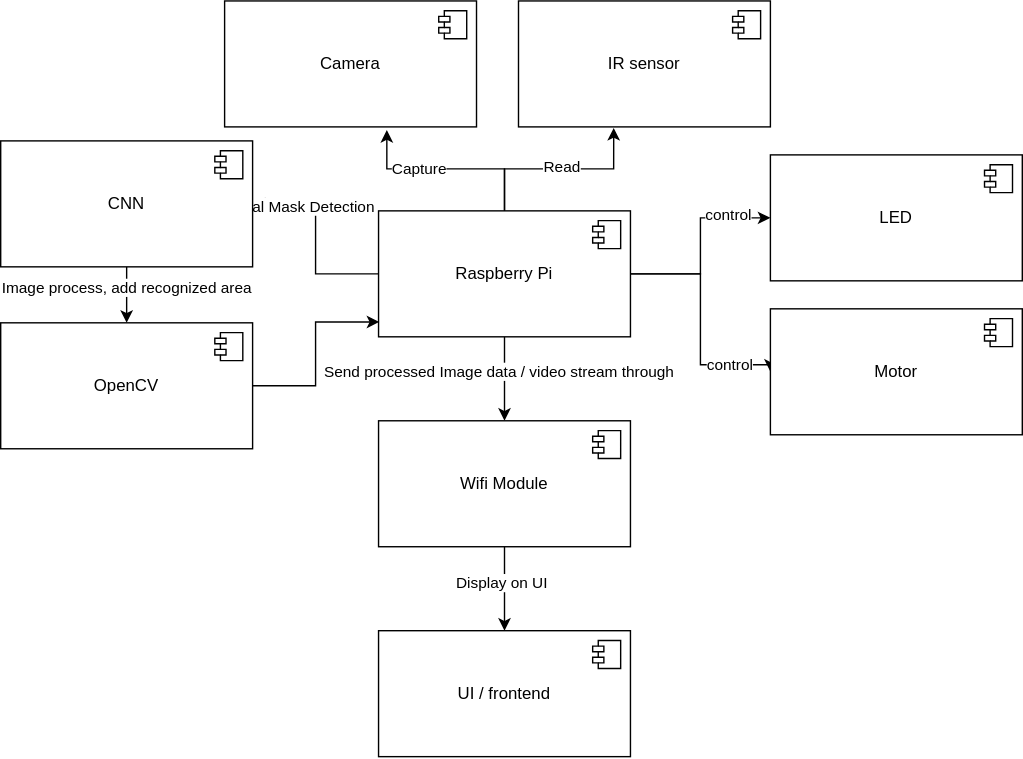
Above: docs/diagrams/Components.drawio.svg in ArcueidShiki/SmartEntrySystem (draw.io), before the change. Source tidied: cells renumbered, new cells last; positions are measured from the earlier drawing's top-left corner, leaving out a move shared by most shapes.
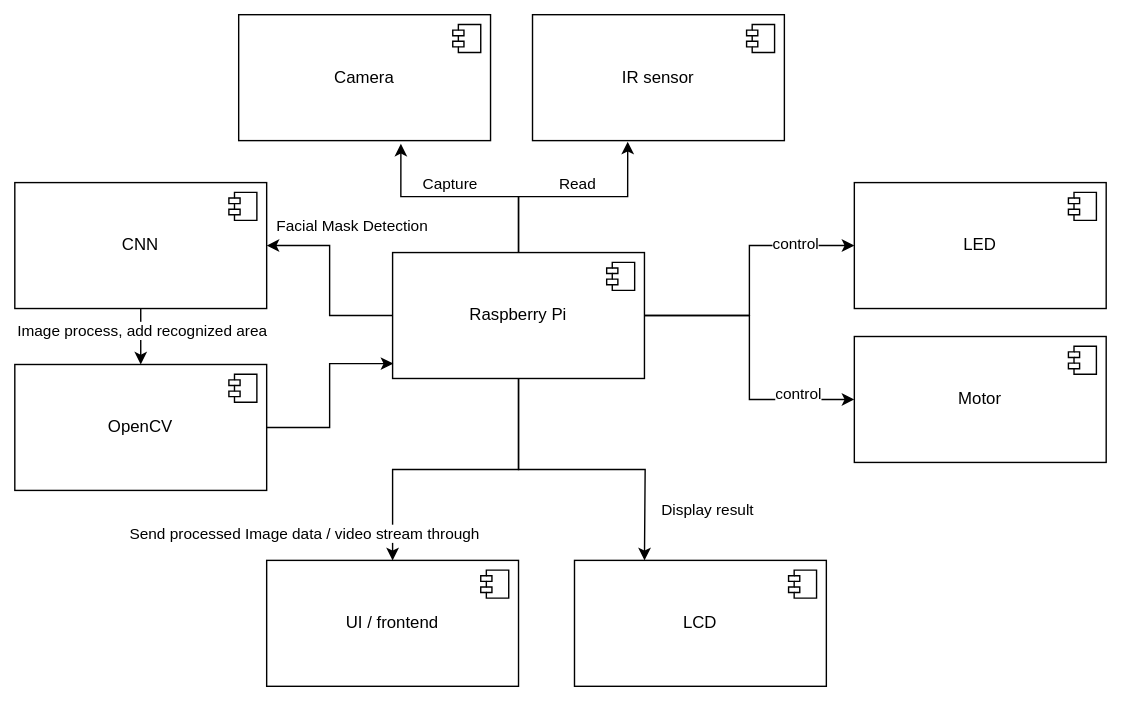
The same file after the commit.

The edit, as a diff of the source:
```diff
@@ -6,13 +6,17 @@
       <mxGeometry relative="1" as="geometry" />
     </mxCell>
     <mxCell id="3" value="Facial Mask Detection" style="edgeLabel;html=1;align=center;verticalAlign=middle;" parent="2" vertex="1">
-      <mxGeometry x="0.54" y="2" relative="1" as="geometry" />
+      <mxGeometry x="0.54" y="2" relative="1" as="geometry">
+        <mxPoint x="28" y="-17" as="offset" />
+      </mxGeometry>
     </mxCell>
     <mxCell id="4" style="edgeStyle=orthogonalEdgeStyle;rounded=0;jettySize=auto;html=1;entryX=0.5;entryY=0;entryDx=0;entryDy=0;" parent="1" edge="1" source="10" target="20">
       <mxGeometry relative="1" as="geometry" />
     </mxCell>
     <mxCell id="5" value="Send processed Image data / video stream through" style="edgeLabel;html=1;align=center;verticalAlign=middle;" parent="4" vertex="1">
-      <mxGeometry x="-0.18" y="-4" relative="1" as="geometry" />
+      <mxGeometry x="-0.18" y="-4" relative="1" as="geometry">
+        <mxPoint x="-129" y="49" as="offset" />
+      </mxGeometry>
     </mxCell>
     <mxCell id="6" style="edgeStyle=orthogonalEdgeStyle;rounded=0;jettySize=auto;html=1;entryX=0;entryY=0.5;entryDx=0;entryDy=0;" parent="1" edge="1" source="10" target="14">
       <mxGeometry relative="1" as="geometry" />
@@ -21,17 +25,23 @@
       <mxGeometry x="0.57" y="2" relative="1" as="geometry" />
     </mxCell>
     <mxCell id="8" style="edgeStyle=orthogonalEdgeStyle;rounded=0;jettySize=auto;html=1;entryX=0;entryY=0.5;entryDx=0;entryDy=0;" parent="1" edge="1" source="10" target="24">
-      <mxGeometry relative="1" as="geometry">
-        <Array as="points">
-          <mxPoint x="500" y="195" />
-          <mxPoint x="500" y="260" />
-          <mxPoint x="550" y="260" />
-        </Array>
-      </mxGeometry>
+      <mxGeometry relative="1" as="geometry" />
     </mxCell>
     <mxCell id="9" value="control" style="edgeLabel;html=1;align=center;verticalAlign=middle;" parent="8" vertex="1">
-      <mxGeometry x="0.6" relative="1" as="geometry" />
+      <mxGeometry x="0.52" y="3" relative="1" as="geometry">
+        <mxPoint x="9" y="-2" as="offset" />
+      </mxGeometry>
     </mxCell>
+    <mxCell id="37" style="edgeStyle=orthogonalEdgeStyle;rounded=0;jettySize=auto;html=1;" parent="1" edge="1" source="10">
+      <mxGeometry relative="1" as="geometry">
+        <mxPoint x="450" y="370" as="targetPoint" />
+      </mxGeometry>
+    </mxCell>
+    <mxCell id="38" value="Display result" style="edgeLabel;html=1;align=center;verticalAlign=middle;" parent="37" vertex="1">
+      <mxGeometry x="0.67" y="4" relative="1" as="geometry">
+        <mxPoint x="40" as="offset" />
+      </mxGeometry>
+    </mxCell>
     <mxCell id="10" value="Raspberry Pi" style="html=1;whiteSpace=wrap;" parent="1" vertex="1">
       <mxGeometry x="270" y="150" width="180" height="90" as="geometry" />
     </mxCell>
@@ -41,7 +51,7 @@
       </mxGeometry>
     </mxCell>
     <mxCell id="12" value="Camera" style="html=1;whiteSpace=wrap;" parent="1" vertex="1">
-      <mxGeometry x="160" width="180" height="90" as="geometry" />
+      <mxGeometry x="160" y="-20" width="180" height="90" as="geometry" />
     </mxCell>
     <mxCell id="13" style="shape=module;jettyWidth=8;jettyHeight=4;" parent="12" vertex="1">
       <mxGeometry x="1" width="20" height="20" relative="1" as="geometry">
@@ -49,7 +59,7 @@
       </mxGeometry>
     </mxCell>
     <mxCell id="14" value="LED" style="html=1;whiteSpace=wrap;" parent="1" vertex="1">
-      <mxGeometry x="550" y="110" width="180" height="90" as="geometry" />
+      <mxGeometry x="600" y="100" width="180" height="90" as="geometry" />
     </mxCell>
     <mxCell id="15" style="shape=module;jettyWidth=8;jettyHeight=4;" parent="14" vertex="1">
       <mxGeometry x="1" width="20" height="20" relative="1" as="geometry">
@@ -57,37 +67,23 @@
       </mxGeometry>
     </mxCell>
     <mxCell id="16" value="IR sensor" style="html=1;whiteSpace=wrap;" parent="1" vertex="1">
-      <mxGeometry x="370" width="180" height="90" as="geometry" />
+      <mxGeometry x="370" y="-20" width="180" height="90" as="geometry" />
     </mxCell>
     <mxCell id="17" style="shape=module;jettyWidth=8;jettyHeight=4;" parent="16" vertex="1">
       <mxGeometry x="1" width="20" height="20" relative="1" as="geometry">
         <mxPoint x="-27" y="7" as="offset" />
       </mxGeometry>
     </mxCell>
-    <mxCell id="18" style="edgeStyle=orthogonalEdgeStyle;rounded=0;jettySize=auto;html=1;entryX=0.5;entryY=0;entryDx=0;entryDy=0;" parent="1" edge="1" source="20" target="22">
-      <mxGeometry relative="1" as="geometry" />
-    </mxCell>
-    <mxCell id="19" value="Display on UI" style="edgeLabel;html=1;align=center;verticalAlign=middle;" parent="18" vertex="1">
-      <mxGeometry x="-0.13" y="-2" relative="1" as="geometry" />
-    </mxCell>
-    <mxCell id="20" value="Wifi Module" style="html=1;whiteSpace=wrap;" parent="1" vertex="1">
-      <mxGeometry x="270" y="300" width="180" height="90" as="geometry" />
+    <mxCell id="20" value="UI / frontend" style="html=1;whiteSpace=wrap;" parent="1" vertex="1">
+      <mxGeometry x="180" y="370" width="180" height="90" as="geometry" />
     </mxCell>
     <mxCell id="21" style="shape=module;jettyWidth=8;jettyHeight=4;" parent="20" vertex="1">
       <mxGeometry x="1" width="20" height="20" relative="1" as="geometry">
         <mxPoint x="-27" y="7" as="offset" />
       </mxGeometry>
     </mxCell>
-    <mxCell id="22" value="UI / frontend" style="html=1;whiteSpace=wrap;" parent="1" vertex="1">
-      <mxGeometry x="270" y="450" width="180" height="90" as="geometry" />
-    </mxCell>
-    <mxCell id="23" style="shape=module;jettyWidth=8;jettyHeight=4;" parent="22" vertex="1">
-      <mxGeometry x="1" width="20" height="20" relative="1" as="geometry">
-        <mxPoint x="-27" y="7" as="offset" />
-      </mxGeometry>
-    </mxCell>
     <mxCell id="24" value="Motor" style="html=1;whiteSpace=wrap;" parent="1" vertex="1">
-      <mxGeometry x="550" y="220" width="180" height="90" as="geometry" />
+      <mxGeometry x="600" y="210" width="180" height="90" as="geometry" />
     </mxCell>
     <mxCell id="25" style="shape=module;jettyWidth=8;jettyHeight=4;" parent="24" vertex="1">
       <mxGeometry x="1" width="20" height="20" relative="1" as="geometry">
@@ -120,16 +116,28 @@
       <mxGeometry relative="1" as="geometry" />
     </mxCell>
     <mxCell id="33" value="Capture" style="edgeLabel;html=1;align=center;verticalAlign=middle;" parent="32" vertex="1">
-      <mxGeometry x="0.29" relative="1" as="geometry" />
+      <mxGeometry x="0.29" relative="1" as="geometry">
+        <mxPoint x="15" y="-10" as="offset" />
+      </mxGeometry>
     </mxCell>
     <mxCell id="34" style="edgeStyle=orthogonalEdgeStyle;rounded=0;jettySize=auto;html=1;entryX=0.378;entryY=1.008;entryDx=0;entryDy=0;entryPerimeter=0;" parent="1" edge="1" source="10" target="16">
       <mxGeometry relative="1" as="geometry" />
     </mxCell>
     <mxCell id="35" value="Read" style="edgeLabel;html=1;align=center;verticalAlign=middle;" parent="34" vertex="1">
-      <mxGeometry x="0.03" y="1" relative="1" as="geometry" />
+      <mxGeometry x="0.03" y="1" relative="1" as="geometry">
+        <mxPoint y="-9" as="offset" />
+      </mxGeometry>
     </mxCell>
     <mxCell id="36" style="edgeStyle=orthogonalEdgeStyle;rounded=0;jettySize=auto;html=1;entryX=0.003;entryY=0.882;entryDx=0;entryDy=0;entryPerimeter=0;" parent="1" edge="1" source="26" target="10">
       <mxGeometry relative="1" as="geometry" />
     </mxCell>
+    <mxCell id="39" value="LCD" style="html=1;whiteSpace=wrap;" parent="1" vertex="1">
+      <mxGeometry x="400" y="370" width="180" height="90" as="geometry" />
+    </mxCell>
+    <mxCell id="40" style="shape=module;jettyWidth=8;jettyHeight=4;" parent="39" vertex="1">
+      <mxGeometry x="1" width="20" height="20" relative="1" as="geometry">
+        <mxPoint x="-27" y="7" as="offset" />
+      </mxGeometry>
+    </mxCell>
   </root>
 </mxGraphModel>
```
